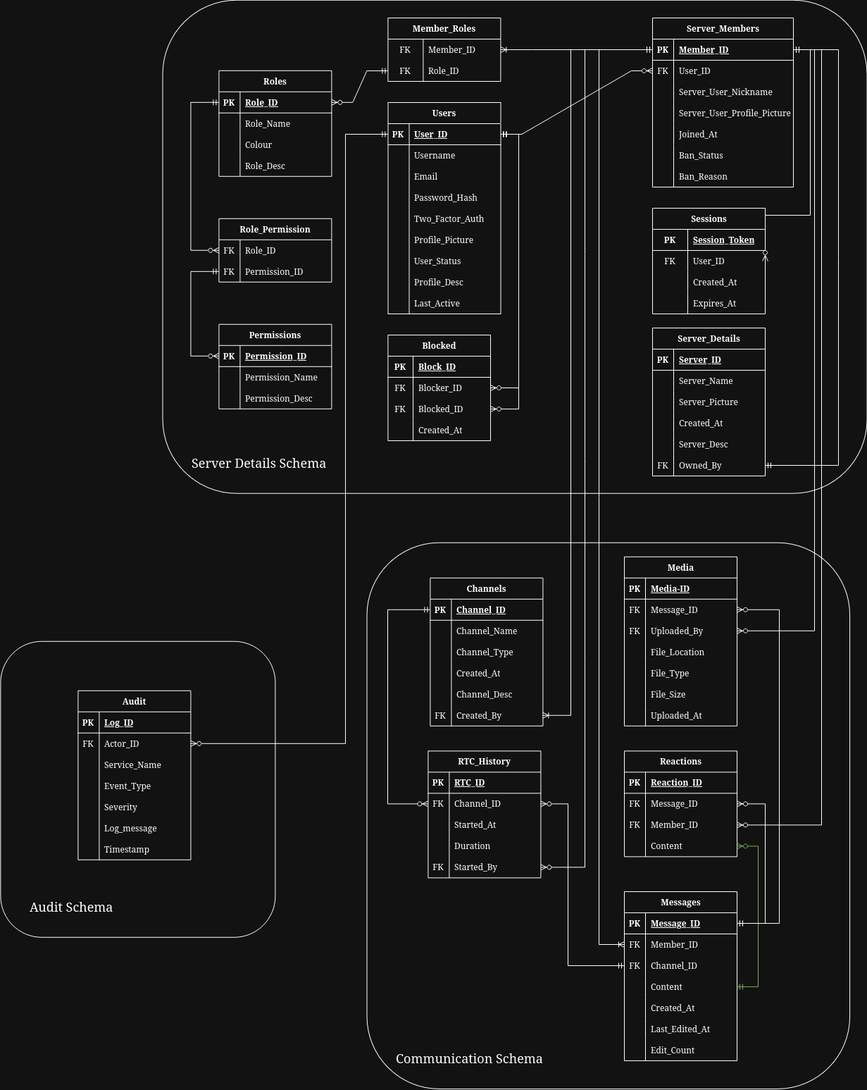
Before: Design/Architecture/Images/BackendERDiagram.png, a diagram exported from draw.io (Mx-Angel/ConnText-Docs). Source tidied: cells renumbered, new cells last; positions are measured from the earlier drawing's top-left corner, leaving out a move shared by most shapes.
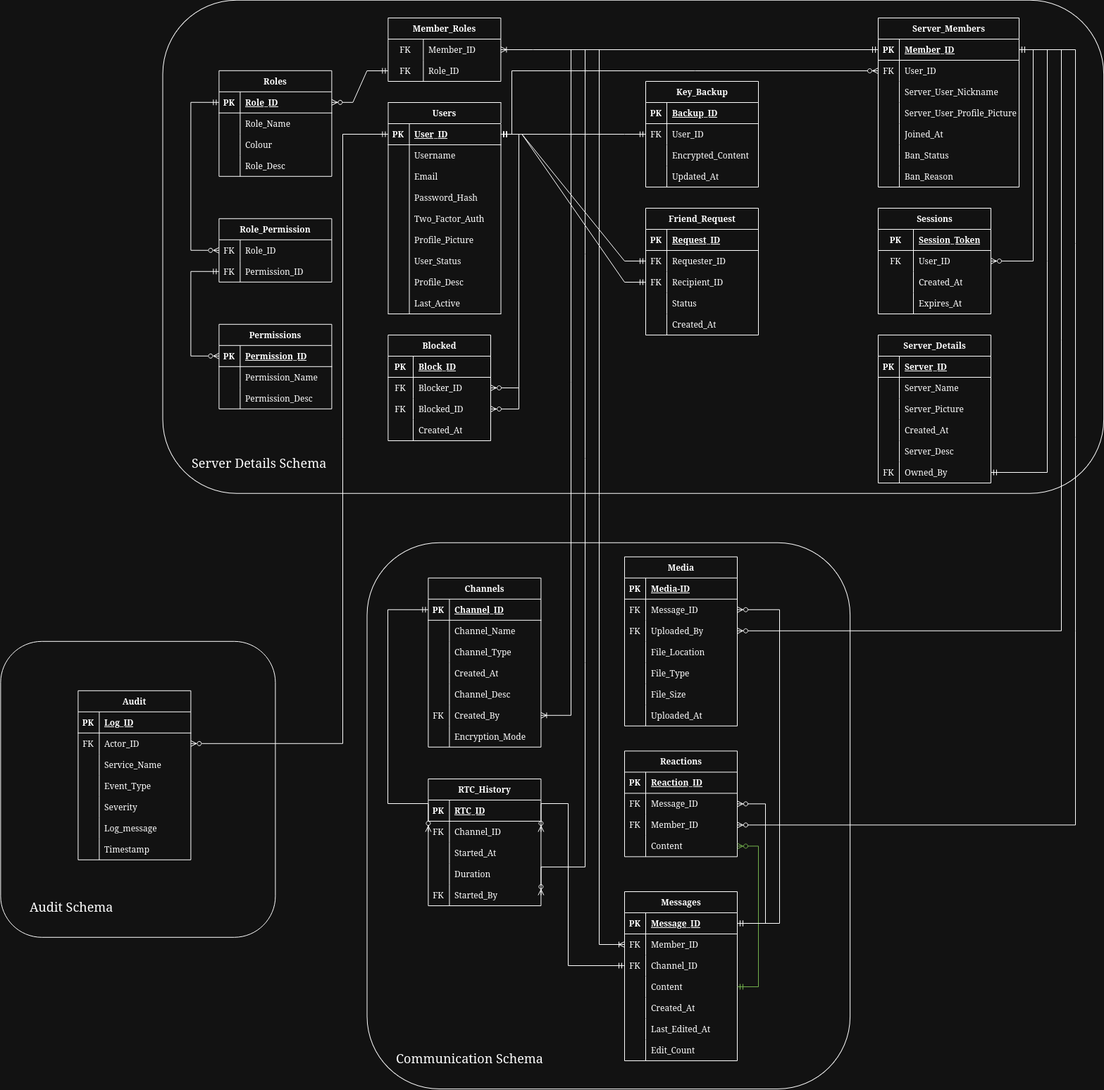
Later version of the same file.

Change to the diagram source:
```diff
@@ -6,7 +6,7 @@
       <mxGeometry x="520.4" y="769.8" width="685.6" height="775.2" as="geometry" />
     </mxCell>
     <mxCell id="3" value="&lt;div align=&quot;left&quot;&gt;&lt;font style=&quot;font-size: 18px;&quot;&gt;Server Details Schema&lt;/font&gt;&lt;/div&gt;" style="rounded=1;whiteSpace=wrap;html=1;fillColor=none;align=left;verticalAlign=bottom;spacingBottom=30;spacingLeft=40;" parent="1" vertex="1">
-      <mxGeometry x="230.4" y="-0.2" width="1000" height="700" as="geometry" />
+      <mxGeometry x="230.4" y="-0.2" width="1335.6" height="700" as="geometry" />
     </mxCell>
     <mxCell id="4" value="Users" style="shape=table;startSize=30;rowLines=0;fontStyle=1;align=center;html=1;" parent="1" vertex="1">
       <mxGeometry x="550.4" y="145" width="160" height="300" as="geometry" />
@@ -93,7 +93,7 @@
       <mxGeometry x="30" width="130" height="30" as="geometry" />
     </mxCell>
     <mxCell id="32" value="Server_Members" style="shape=table;startSize=30;rowLines=0;fontStyle=1;align=center;html=1;" parent="1" vertex="1">
-      <mxGeometry x="926" y="25" width="200" height="240" as="geometry" />
+      <mxGeometry x="1246" y="25" width="200" height="240" as="geometry" />
     </mxCell>
     <mxCell id="33" style="shape=tableRow;horizontal=0;startSize=0;swimlaneHead=0;swimlaneBody=0;fillColor=none;points=[[0,0.5],[1,0.5]];portConstraint=eastwest;top=0;left=0;right=0;bottom=1;" parent="32" vertex="1">
       <mxGeometry y="30" width="200" height="30" as="geometry" />
@@ -158,11 +158,16 @@
     <mxCell id="53" value="Ban_Reason" style="shape=partialRectangle;fillColor=none;top=0;left=0;bottom=0;right=0;align=left;spacingLeft=6;overflow=hidden;whiteSpace=wrap;html=1;" parent="51" vertex="1">
       <mxGeometry x="30" width="170" height="30" as="geometry" />
     </mxCell>
-    <mxCell id="54" style="edgeStyle=entityRelationEdgeStyle;fontSize=12;html=1;endArrow=ERzeroToMany;startArrow=ERmandOne;rounded=0;exitX=1;exitY=0.5;exitDx=0;exitDy=0;entryX=0;entryY=0.5;entryDx=0;entryDy=0;" parent="1" edge="1" source="5" target="36">
-      <mxGeometry relative="1" as="geometry" />
+    <mxCell id="54" style="edgeStyle=orthogonalEdgeStyle;fontSize=12;html=1;endArrow=ERzeroToMany;startArrow=ERmandOne;rounded=0;exitX=1;exitY=0.5;exitDx=0;exitDy=0;entryX=0;entryY=0.5;entryDx=0;entryDy=0;" parent="1" edge="1" source="5" target="36">
+      <mxGeometry relative="1" as="geometry">
+        <Array as="points">
+          <mxPoint x="726" y="190" />
+          <mxPoint x="726" y="100" />
+        </Array>
+      </mxGeometry>
     </mxCell>
     <mxCell id="55" value="Server_Details" style="shape=table;startSize=30;rowLines=0;fontStyle=1;align=center;html=1;" parent="1" vertex="1">
-      <mxGeometry x="926" y="465" width="160" height="210" as="geometry" />
+      <mxGeometry x="1246" y="475" width="160" height="210" as="geometry" />
     </mxCell>
     <mxCell id="56" style="shape=tableRow;horizontal=0;startSize=0;swimlaneHead=0;swimlaneBody=0;fillColor=none;top=0;left=0;right=0;bottom=1;" parent="55" vertex="1">
       <mxGeometry y="30" width="160" height="30" as="geometry" />
@@ -221,13 +226,13 @@
     <mxCell id="74" style="edgeStyle=orthogonalEdgeStyle;fontSize=12;html=1;endArrow=ERmandOne;startArrow=ERmandOne;rounded=0;entryX=1;entryY=0.5;entryDx=0;entryDy=0;exitX=1;exitY=0.5;exitDx=0;exitDy=0;" parent="1" edge="1" source="33" target="71">
       <mxGeometry relative="1" as="geometry">
         <Array as="points">
-          <mxPoint x="1190" y="70" />
-          <mxPoint x="1190" y="660" />
+          <mxPoint x="1486" y="70" />
+          <mxPoint x="1486" y="670" />
         </Array>
       </mxGeometry>
     </mxCell>
     <mxCell id="75" value="Sessions" style="shape=table;startSize=30;rowLines=0;fontStyle=1;align=center;html=1;" parent="1" vertex="1">
-      <mxGeometry x="926" y="295" width="160" height="150" as="geometry" />
+      <mxGeometry x="1246" y="295" width="160" height="150" as="geometry" />
     </mxCell>
     <mxCell id="76" style="shape=tableRow;horizontal=0;startSize=0;swimlaneHead=0;swimlaneBody=0;fillColor=none;top=0;left=0;right=0;bottom=1;" parent="75" vertex="1">
       <mxGeometry y="30" width="160" height="30" as="geometry" />
@@ -268,14 +273,13 @@
     <mxCell id="88" style="edgeStyle=orthogonalEdgeStyle;fontSize=12;html=1;endArrow=ERzeroToMany;startArrow=ERmandOne;rounded=0;exitX=1;exitY=0.5;exitDx=0;exitDy=0;entryX=1;entryY=0.5;entryDx=0;entryDy=0;" parent="1" edge="1" source="33" target="79">
       <mxGeometry relative="1" as="geometry">
         <Array as="points">
-          <mxPoint x="1150" y="70" />
-          <mxPoint x="1150" y="305" />
-          <mxPoint x="1086" y="305" />
+          <mxPoint x="1466" y="70" />
+          <mxPoint x="1466" y="370" />
         </Array>
       </mxGeometry>
     </mxCell>
     <mxCell id="89" value="Channels" style="shape=table;startSize=30;rowLines=0;fontStyle=1;align=center;html=1;" parent="1" vertex="1">
-      <mxGeometry x="610.4" y="819.8" width="160" height="210" as="geometry" />
+      <mxGeometry x="607.4" y="819.8" width="160" height="240" as="geometry" />
     </mxCell>
     <mxCell id="90" style="shape=tableRow;horizontal=0;startSize=0;swimlaneHead=0;swimlaneBody=0;fillColor=none;points=[[0,0.5],[1,0.5]];portConstraint=eastwest;top=0;left=0;right=0;bottom=1;" parent="89" vertex="1">
       <mxGeometry y="30" width="160" height="30" as="geometry" />
@@ -331,6 +335,15 @@
     <mxCell id="107" value="Created_By" style="shape=partialRectangle;fillColor=none;top=0;left=0;bottom=0;right=0;align=left;spacingLeft=6;overflow=hidden;whiteSpace=wrap;html=1;" parent="105" vertex="1">
       <mxGeometry x="30" width="130" height="30" as="geometry" />
     </mxCell>
+    <mxCell id="271" style="shape=tableRow;horizontal=0;startSize=0;swimlaneHead=0;swimlaneBody=0;fillColor=none;top=0;left=0;right=0;bottom=0;" parent="89" vertex="1">
+      <mxGeometry y="210" width="160" height="30" as="geometry" />
+    </mxCell>
+    <mxCell id="272" style="shape=partialRectangle;fillColor=none;top=0;left=0;bottom=0;right=0;overflow=hidden;whiteSpace=wrap;html=1;" parent="271" vertex="1">
+      <mxGeometry width="30" height="30" as="geometry" />
+    </mxCell>
+    <mxCell id="273" value="Encryption_Mode" style="shape=partialRectangle;fillColor=none;top=0;left=0;bottom=0;right=0;align=left;spacingLeft=6;overflow=hidden;whiteSpace=wrap;html=1;" parent="271" vertex="1">
+      <mxGeometry x="30" width="130" height="30" as="geometry" />
+    </mxCell>
     <mxCell id="108" style="edgeStyle=orthogonalEdgeStyle;fontSize=12;html=1;endArrow=ERoneToMany;startArrow=ERmandOne;rounded=0;entryX=1;entryY=0.5;entryDx=0;entryDy=0;exitX=0;exitY=0.5;exitDx=0;exitDy=0;endFill=0;" parent="1" edge="1" source="33" target="105">
       <mxGeometry relative="1" as="geometry">
         <Array as="points">
@@ -478,7 +491,7 @@
       </mxGeometry>
     </mxCell>
     <mxCell id="150" value="RTC_History" style="shape=table;startSize=30;rowLines=0;fontStyle=1;align=center;html=1;" parent="1" vertex="1">
-      <mxGeometry x="607.4" y="1065.4" width="160" height="180" as="geometry" />
+      <mxGeometry x="607.4" y="1105" width="160" height="180" as="geometry" />
     </mxCell>
     <mxCell id="151" style="shape=tableRow;horizontal=0;startSize=0;swimlaneHead=0;swimlaneBody=0;fillColor=none;top=0;left=0;right=0;bottom=1;" parent="150" vertex="1">
       <mxGeometry y="30" width="160" height="30" as="geometry" />
@@ -700,8 +713,8 @@
     <mxCell id="215" style="edgeStyle=orthogonalEdgeStyle;rounded=0;jettySize=auto;html=1;exitX=1;exitY=0.5;exitDx=0;exitDy=0;entryX=1;entryY=0.5;entryDx=0;entryDy=0;endArrow=ERzeroToMany;endFill=0;startArrow=ERmandOne;startFill=0;" parent="1" edge="1" source="33" target="199">
       <mxGeometry relative="1" as="geometry">
         <Array as="points">
-          <mxPoint x="1156" y="70" />
-          <mxPoint x="1156" y="895" />
+          <mxPoint x="1506" y="70" />
+          <mxPoint x="1506" y="895" />
         </Array>
       </mxGeometry>
     </mxCell>
@@ -777,8 +790,8 @@
     <mxCell id="239" style="edgeStyle=orthogonalEdgeStyle;rounded=0;jettySize=auto;html=1;exitX=0;exitY=0.5;exitDx=0;exitDy=0;entryX=1;entryY=0.5;entryDx=0;entryDy=0;startArrow=ERmandOne;startFill=0;endArrow=ERzeroToMany;endFill=0;" parent="1" edge="1" source="5" target="221">
       <mxGeometry relative="1" as="geometry">
         <Array as="points">
-          <mxPoint x="490" y="190" />
-          <mxPoint x="490" y="1055" />
+          <mxPoint x="486" y="190" />
+          <mxPoint x="486" y="1055" />
         </Array>
       </mxGeometry>
     </mxCell>
@@ -832,8 +845,8 @@
     <mxCell id="254" style="edgeStyle=orthogonalEdgeStyle;rounded=0;jettySize=auto;html=1;entryX=1;entryY=0.5;entryDx=0;entryDy=0;endArrow=ERzeroToMany;endFill=0;startArrow=ERmandOne;startFill=0;exitX=1;exitY=0.5;exitDx=0;exitDy=0;" parent="1" edge="1" source="33" target="247">
       <mxGeometry relative="1" as="geometry">
         <Array as="points">
-          <mxPoint x="1166" y="70" />
-          <mxPoint x="1166" y="1170" />
+          <mxPoint x="1526" y="70" />
+          <mxPoint x="1526" y="1170" />
         </Array>
       </mxGeometry>
     </mxCell>
@@ -900,5 +913,101 @@
         </Array>
       </mxGeometry>
     </mxCell>
+    <mxCell id="274" value="Key_Backup" style="shape=table;startSize=30;rowLines=0;fontStyle=1;align=center;html=1;" parent="1" vertex="1">
+      <mxGeometry x="916" y="115" width="160" height="150" as="geometry" />
+    </mxCell>
+    <mxCell id="275" style="shape=tableRow;horizontal=0;startSize=0;swimlaneHead=0;swimlaneBody=0;fillColor=none;top=0;left=0;right=0;bottom=1;" parent="274" vertex="1">
+      <mxGeometry y="30" width="160" height="30" as="geometry" />
+    </mxCell>
+    <mxCell id="276" value="PK" style="shape=partialRectangle;fillColor=none;top=0;left=0;bottom=0;right=0;fontStyle=1;overflow=hidden;whiteSpace=wrap;html=1;" parent="275" vertex="1">
+      <mxGeometry width="30" height="30" as="geometry" />
+    </mxCell>
+    <mxCell id="277" value="Backup_ID" style="shape=partialRectangle;fillColor=none;top=0;left=0;bottom=0;right=0;align=left;spacingLeft=6;fontStyle=5;overflow=hidden;whiteSpace=wrap;html=1;" parent="275" vertex="1">
+      <mxGeometry x="30" width="130" height="30" as="geometry" />
+    </mxCell>
+    <mxCell id="278" style="shape=tableRow;horizontal=0;startSize=0;swimlaneHead=0;swimlaneBody=0;fillColor=none;points=[[0,0.5],[1,0.5]];portConstraint=eastwest;top=0;left=0;right=0;bottom=0;" parent="274" vertex="1">
+      <mxGeometry y="60" width="160" height="30" as="geometry" />
+    </mxCell>
+    <mxCell id="279" value="FK" style="shape=partialRectangle;fillColor=none;top=0;left=0;bottom=0;right=0;overflow=hidden;whiteSpace=wrap;html=1;" parent="278" vertex="1">
+      <mxGeometry width="30" height="30" as="geometry" />
+    </mxCell>
+    <mxCell id="280" value="User_ID" style="shape=partialRectangle;fillColor=none;top=0;left=0;bottom=0;right=0;align=left;spacingLeft=6;overflow=hidden;whiteSpace=wrap;html=1;" parent="278" vertex="1">
+      <mxGeometry x="30" width="130" height="30" as="geometry" />
+    </mxCell>
+    <mxCell id="281" style="shape=tableRow;horizontal=0;startSize=0;swimlaneHead=0;swimlaneBody=0;fillColor=none;top=0;left=0;right=0;bottom=0;" parent="274" vertex="1">
+      <mxGeometry y="90" width="160" height="30" as="geometry" />
+    </mxCell>
+    <mxCell id="282" style="shape=partialRectangle;fillColor=none;top=0;left=0;bottom=0;right=0;overflow=hidden;whiteSpace=wrap;html=1;" parent="281" vertex="1">
+      <mxGeometry width="30" height="30" as="geometry" />
+    </mxCell>
+    <mxCell id="283" value="Encrypted_Content" style="shape=partialRectangle;fillColor=none;top=0;left=0;bottom=0;right=0;align=left;spacingLeft=6;overflow=hidden;whiteSpace=wrap;html=1;" parent="281" vertex="1">
+      <mxGeometry x="30" width="130" height="30" as="geometry" />
+    </mxCell>
+    <mxCell id="284" style="shape=tableRow;horizontal=0;startSize=0;swimlaneHead=0;swimlaneBody=0;fillColor=none;top=0;left=0;right=0;bottom=0;" parent="274" vertex="1">
+      <mxGeometry y="120" width="160" height="30" as="geometry" />
+    </mxCell>
+    <mxCell id="285" style="shape=partialRectangle;fillColor=none;top=0;left=0;bottom=0;right=0;overflow=hidden;whiteSpace=wrap;html=1;" parent="284" vertex="1">
+      <mxGeometry width="30" height="30" as="geometry" />
+    </mxCell>
+    <mxCell id="286" value="Updated_At" style="shape=partialRectangle;fillColor=none;top=0;left=0;bottom=0;right=0;align=left;spacingLeft=6;overflow=hidden;whiteSpace=wrap;html=1;" parent="284" vertex="1">
+      <mxGeometry x="30" width="130" height="30" as="geometry" />
+    </mxCell>
+    <mxCell id="287" style="edgeStyle=entityRelationEdgeStyle;fontSize=12;html=1;endArrow=ERmandOne;startArrow=ERmandOne;rounded=0;exitX=1;exitY=0.5;exitDx=0;exitDy=0;entryX=0;entryY=0.5;entryDx=0;entryDy=0;" parent="1" edge="1" source="5" target="278">
+      <mxGeometry relative="1" as="geometry" />
+    </mxCell>
+    <mxCell id="288" style="edgeStyle=entityRelationEdgeStyle;fontSize=12;html=1;endArrow=ERmandOne;startArrow=ERmandOne;rounded=0;exitX=1;exitY=0.5;exitDx=0;exitDy=0;entryX=0;entryY=0.5;entryDx=0;entryDy=0;" parent="1" edge="1" source="5" target="294">
+      <mxGeometry relative="1" as="geometry" />
+    </mxCell>
+    <mxCell id="289" style="edgeStyle=entityRelationEdgeStyle;fontSize=12;html=1;endArrow=ERmandOne;startArrow=ERmandOne;rounded=0;exitX=1;exitY=0.5;exitDx=0;exitDy=0;entryX=0;entryY=0.5;entryDx=0;entryDy=0;" parent="1" edge="1" source="5" target="297">
+      <mxGeometry relative="1" as="geometry" />
+    </mxCell>
+    <mxCell id="290" value="Friend_Request" style="shape=table;startSize=30;rowLines=0;fontStyle=1;align=center;html=1;" parent="1" vertex="1">
+      <mxGeometry x="916" y="295" width="160" height="180" as="geometry" />
+    </mxCell>
+    <mxCell id="291" style="shape=tableRow;horizontal=0;startSize=0;swimlaneHead=0;swimlaneBody=0;fillColor=none;top=0;left=0;right=0;bottom=1;" parent="290" vertex="1">
+      <mxGeometry y="30" width="160" height="30" as="geometry" />
+    </mxCell>
+    <mxCell id="292" value="PK" style="shape=partialRectangle;fillColor=none;top=0;left=0;bottom=0;right=0;fontStyle=1;overflow=hidden;whiteSpace=wrap;html=1;" parent="291" vertex="1">
+      <mxGeometry width="30" height="30" as="geometry" />
+    </mxCell>
+    <mxCell id="293" value="Request_ID" style="shape=partialRectangle;fillColor=none;top=0;left=0;bottom=0;right=0;align=left;spacingLeft=6;fontStyle=5;overflow=hidden;whiteSpace=wrap;html=1;" parent="291" vertex="1">
+      <mxGeometry x="30" width="130" height="30" as="geometry" />
+    </mxCell>
+    <mxCell id="294" style="shape=tableRow;horizontal=0;startSize=0;swimlaneHead=0;swimlaneBody=0;fillColor=none;points=[[0,0.5],[1,0.5]];portConstraint=eastwest;top=0;left=0;right=0;bottom=0;" parent="290" vertex="1">
+      <mxGeometry y="60" width="160" height="30" as="geometry" />
+    </mxCell>
+    <mxCell id="295" value="FK" style="shape=partialRectangle;fillColor=none;top=0;left=0;bottom=0;right=0;overflow=hidden;whiteSpace=wrap;html=1;" parent="294" vertex="1">
+      <mxGeometry width="30" height="30" as="geometry" />
+    </mxCell>
+    <mxCell id="296" value="Requester_ID" style="shape=partialRectangle;fillColor=none;top=0;left=0;bottom=0;right=0;align=left;spacingLeft=6;overflow=hidden;whiteSpace=wrap;html=1;" parent="294" vertex="1">
+      <mxGeometry x="30" width="130" height="30" as="geometry" />
+    </mxCell>
+    <mxCell id="297" style="shape=tableRow;horizontal=0;startSize=0;swimlaneHead=0;swimlaneBody=0;fillColor=none;points=[[0,0.5],[1,0.5]];portConstraint=eastwest;top=0;left=0;right=0;bottom=0;" parent="290" vertex="1">
+      <mxGeometry y="90" width="160" height="30" as="geometry" />
+    </mxCell>
+    <mxCell id="298" value="FK" style="shape=partialRectangle;fillColor=none;top=0;left=0;bottom=0;right=0;overflow=hidden;whiteSpace=wrap;html=1;" parent="297" vertex="1">
+      <mxGeometry width="30" height="30" as="geometry" />
+    </mxCell>
+    <mxCell id="299" value="Recipient_ID" style="shape=partialRectangle;fillColor=none;top=0;left=0;bottom=0;right=0;align=left;spacingLeft=6;overflow=hidden;whiteSpace=wrap;html=1;" parent="297" vertex="1">
+      <mxGeometry x="30" width="130" height="30" as="geometry" />
+    </mxCell>
+    <mxCell id="300" style="shape=tableRow;horizontal=0;startSize=0;swimlaneHead=0;swimlaneBody=0;fillColor=none;top=0;left=0;right=0;bottom=0;" parent="290" vertex="1">
+      <mxGeometry y="120" width="160" height="30" as="geometry" />
+    </mxCell>
+    <mxCell id="301" style="shape=partialRectangle;fillColor=none;top=0;left=0;bottom=0;right=0;overflow=hidden;whiteSpace=wrap;html=1;" parent="300" vertex="1">
+      <mxGeometry width="30" height="30" as="geometry" />
+    </mxCell>
+    <mxCell id="302" value="Status" style="shape=partialRectangle;fillColor=none;top=0;left=0;bottom=0;right=0;align=left;spacingLeft=6;overflow=hidden;whiteSpace=wrap;html=1;" parent="300" vertex="1">
+      <mxGeometry x="30" width="130" height="30" as="geometry" />
+    </mxCell>
+    <mxCell id="303" style="shape=tableRow;horizontal=0;startSize=0;swimlaneHead=0;swimlaneBody=0;fillColor=none;top=0;left=0;right=0;bottom=0;" parent="290" vertex="1">
+      <mxGeometry y="150" width="160" height="30" as="geometry" />
+    </mxCell>
+    <mxCell id="304" style="shape=partialRectangle;fillColor=none;top=0;left=0;bottom=0;right=0;overflow=hidden;whiteSpace=wrap;html=1;" parent="303" vertex="1">
+      <mxGeometry width="30" height="30" as="geometry" />
+    </mxCell>
+    <mxCell id="305" value="Created_At" style="shape=partialRectangle;fillColor=none;top=0;left=0;bottom=0;right=0;align=left;spacingLeft=6;overflow=hidden;whiteSpace=wrap;html=1;" parent="303" vertex="1">
+      <mxGeometry x="30" width="130" height="30" as="geometry" />
+    </mxCell>
   </root>
 </mxGraphModel>
```
